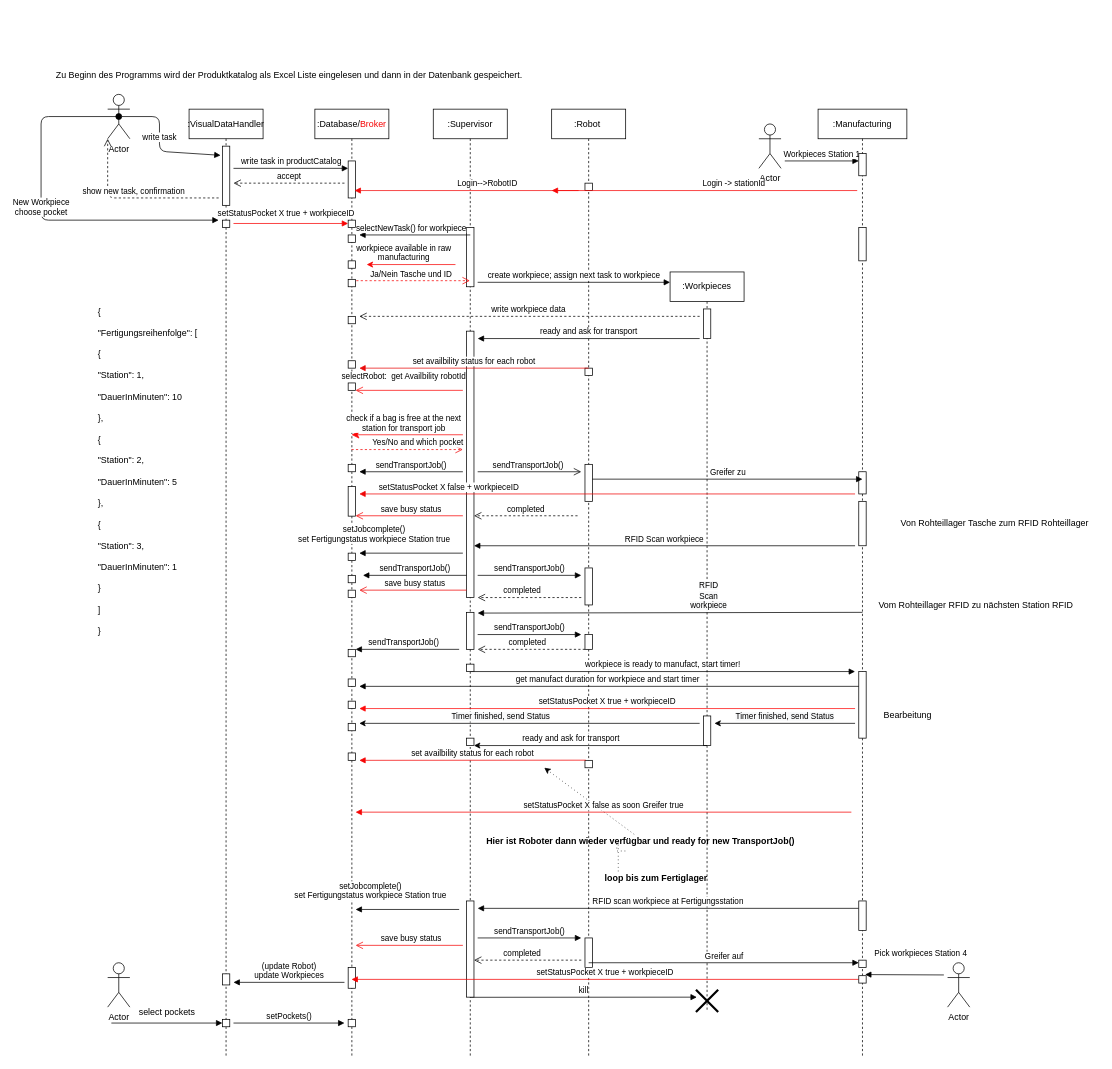
Nuramon4/Gewerk1 keeps this draw.io diagram as Planung/Sequenzdiagramm.drawio. Above is the earlier version. Source tidied: cells renumbered, new cells numbered last; positions are measured from the earlier drawing's top-left corner, leaving out a move shared by most shapes. Both pictures are drawn from the tidied source at 74%, with x=0, y=0 at pixel (41, 64).
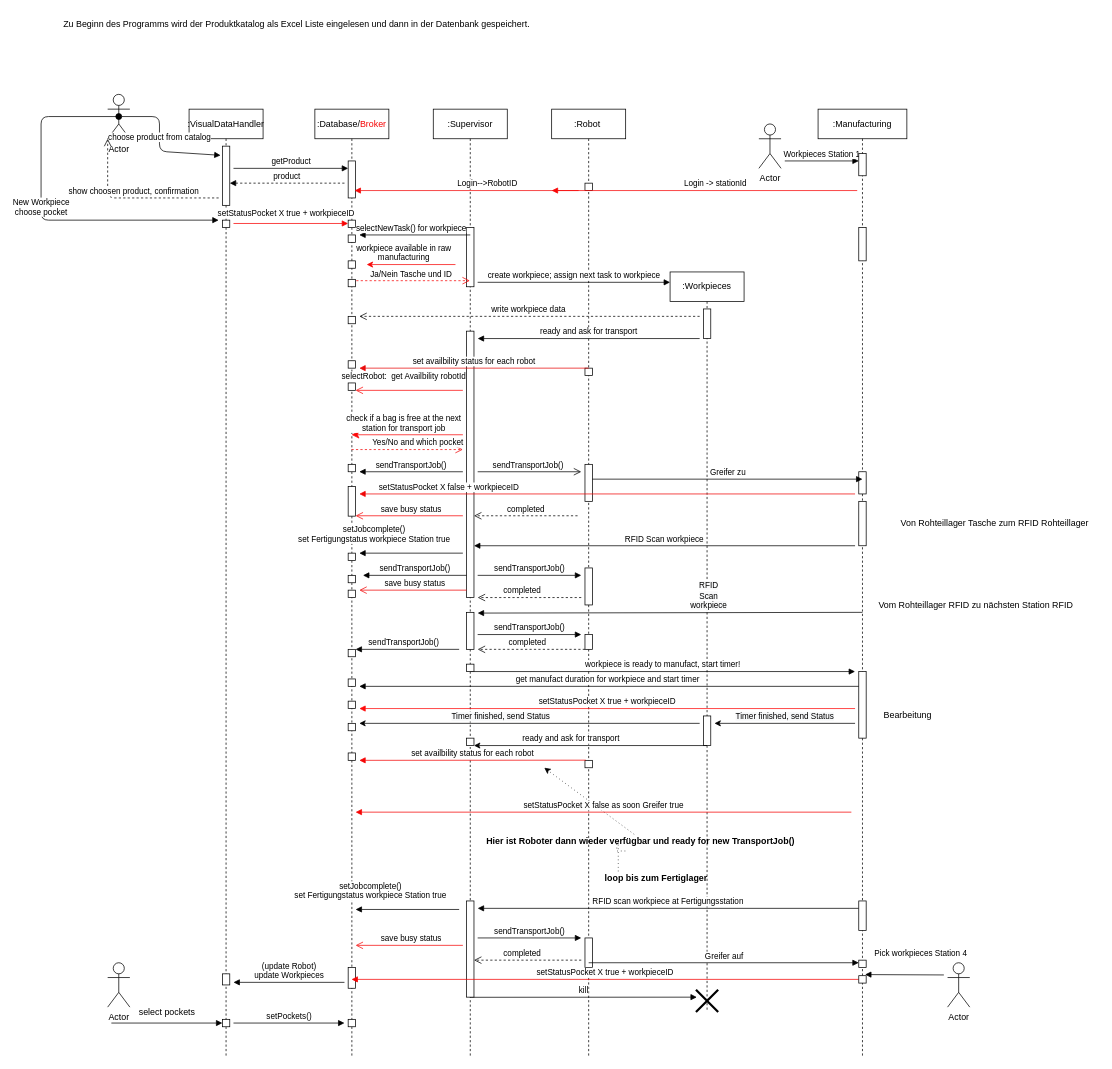
Above is the later version.

Commit message (it also covers changes not shown here):
added code, update diagrams

Unchanged cells that the change refers to:
```xml
<mxCell id="25" style="html=1;points=[];perimeter=orthogonalPerimeter;" parent="24" vertex="1">
  <mxGeometry x="45" y="70" width="10" height="50" as="geometry" />
</mxCell>
<mxCell id="48" style="html=1;points=[];perimeter=orthogonalPerimeter;" parent="47" vertex="1">
  <mxGeometry x="45" y="50" width="10" height="80" as="geometry" />
</mxCell>
<mxCell id="51" value="Actor" style="shape=umlActor;verticalLabelPosition=bottom;labelBackgroundColor=#ffffff;verticalAlign=top;html=1;" parent="1" vertex="1">
  <mxGeometry x="90" y="40" width="30" height="60" as="geometry" />
</mxCell>
```

Diff of the diagram source:
```diff
@@
-    <mxCell id="52" value="write task" style="html=1;verticalAlign=bottom;startArrow=oval;startFill=1;endArrow=block;startSize=8;exitX=0.5;exitY=0.5;exitDx=0;exitDy=0;exitPerimeter=0;entryX=-0.24;entryY=0.155;entryDx=0;entryDy=0;entryPerimeter=0;" parent="1" edge="1" source="51" target="48">
+    <mxCell id="52" value="choose product from catalog" style="html=1;verticalAlign=bottom;startArrow=oval;startFill=1;endArrow=block;startSize=8;exitX=0.5;exitY=0.5;exitDx=0;exitDy=0;exitPerimeter=0;entryX=-0.24;entryY=0.155;entryDx=0;entryDy=0;entryPerimeter=0;" parent="1" edge="1" source="51" target="48">
       <mxGeometry relative="1" as="geometry">
         <Array as="points">
           <mxPoint x="160" y="70" />
           <mxPoint x="160" y="117" />
         </Array>
       </mxGeometry>
     </mxCell>
-    <mxCell id="53" value="show new task, confirmation" style="html=1;verticalAlign=bottom;endArrow=open;dashed=1;endSize=8;entryX=0;entryY=1;entryDx=0;entryDy=0;entryPerimeter=0;" parent="1" edge="1" target="51">
+    <mxCell id="53" value="show choosen product, confirmation" style="html=1;verticalAlign=bottom;endArrow=open;dashed=1;endSize=8;entryX=0;entryY=1;entryDx=0;entryDy=0;entryPerimeter=0;" parent="1" edge="1" target="51">
       <mxGeometry relative="1" as="geometry">
         <mxPoint x="240" y="180" as="sourcePoint" />
         <Array as="points">
           <mxPoint x="90" y="180" />
         </Array>
       </mxGeometry>
     </mxCell>
-    <mxCell id="54" value="write task in productCatalog" style="html=1;verticalAlign=bottom;startArrow=none;endArrow=block;startSize=8;startFill=0;" parent="1" edge="1" target="25">
+    <mxCell id="54" value="getProduct" style="html=1;verticalAlign=bottom;startArrow=none;endArrow=block;startSize=8;startFill=0;" parent="1" edge="1" target="25">
       <mxGeometry relative="1" as="geometry">
         <mxPoint x="260" y="140" as="sourcePoint" />
       </mxGeometry>
     </mxCell>
-    <mxCell id="55" value="accept" style="html=1;verticalAlign=bottom;endArrow=open;dashed=1;endSize=8;" parent="1" edge="1">
-      <mxGeometry relative="1" as="geometry">
-        <mxPoint x="410" y="160" as="sourcePoint" />
-        <mxPoint x="260" y="160" as="targetPoint" />
-      </mxGeometry>
-    </mxCell>
@@
     <mxCell id="114" value="Login -&amp;gt; stationId" style="html=1;verticalAlign=bottom;startArrow=none;endArrow=block;startSize=8;startFill=0;strokeColor=#f90606;" parent="1" edge="1">
-      <mxGeometry x="-0.19" relative="1" as="geometry">
+      <mxGeometry x="-0.07" relative="1" as="geometry">
         <mxPoint x="1102.9" y="170" as="sourcePoint" />
         <mxPoint x="690" y="170" as="targetPoint" />
       </mxGeometry>
     </mxCell>
@@
     <mxCell id="127" value="Zu Beginn des Programms wird der Produktkatalog als Excel Liste eingelesen und dann in der Datenbank gespeichert." style="text;html=1;align=center;verticalAlign=middle;strokeColor=none;fillColor=none;" parent="1" vertex="1">
-      <mxGeometry x="10" width="650" height="30" as="geometry" />
+      <mxGeometry x="20" y="-70" width="650" height="30" as="geometry" />
     </mxCell>
-    <mxCell id="128" value="{&lt;br/&gt;&lt;br&gt;&quot;Fertigungsreihenfolge&quot;: [&lt;br/&gt;&lt;br&gt;    {&lt;br/&gt;&lt;br&gt;      &quot;Station&quot;: 1,&lt;br/&gt;&lt;br&gt;      &quot;DauerInMinuten&quot;: 10&lt;br/&gt;&lt;br&gt;    },&lt;br/&gt;&lt;br&gt;    {&lt;br/&gt;&lt;br&gt;      &quot;Station&quot;: 2,&lt;br/&gt;&lt;br&gt;      &quot;DauerInMinuten&quot;: 5&lt;br/&gt;&lt;br&gt;    },&lt;br/&gt;&lt;br&gt;    {&lt;br/&gt;&lt;br&gt;      &quot;Station&quot;: 3,&lt;br/&gt;&lt;br&gt;      &quot;DauerInMinuten&quot;: 1&lt;br/&gt;&lt;br&gt;    }&lt;br/&gt;&lt;br&gt;  ]&lt;br/&gt;&lt;br&gt;}" style="text;whiteSpace=wrap;html=1;" parent="1" vertex="1">
-      <mxGeometry x="75" y="320" width="170" height="270" as="geometry" />
-    </mxCell>
+    <mxCell id="129" value="product" style="html=1;verticalAlign=bottom;startArrow=none;endArrow=block;startSize=8;startFill=0;dashed=1;" parent="1" edge="1">
+      <mxGeometry relative="1" as="geometry">
+        <mxPoint x="410" y="160" as="sourcePoint" />
+        <mxPoint x="255" y="160" as="targetPoint" />
+      </mxGeometry>
+    </mxCell>
```
